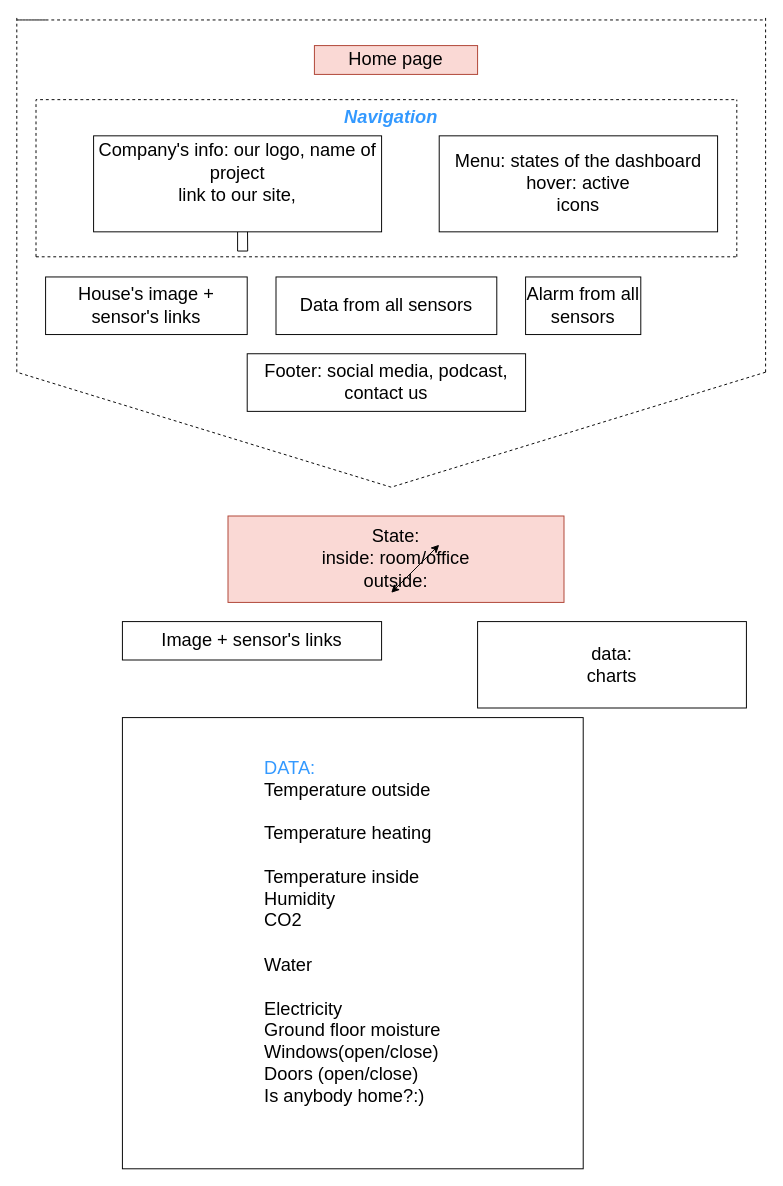
rizhenkolv/learning keeps this draw.io diagram as things diagramm.drawio. Above is the earlier version. Source tidied: cells renumbered, new cells numbered last; positions are measured from the earlier drawing's top-left corner, leaving out a move shared by most shapes. Both pictures are drawn from the tidied source at 96%, with x=0, y=0 at pixel (16, 16).
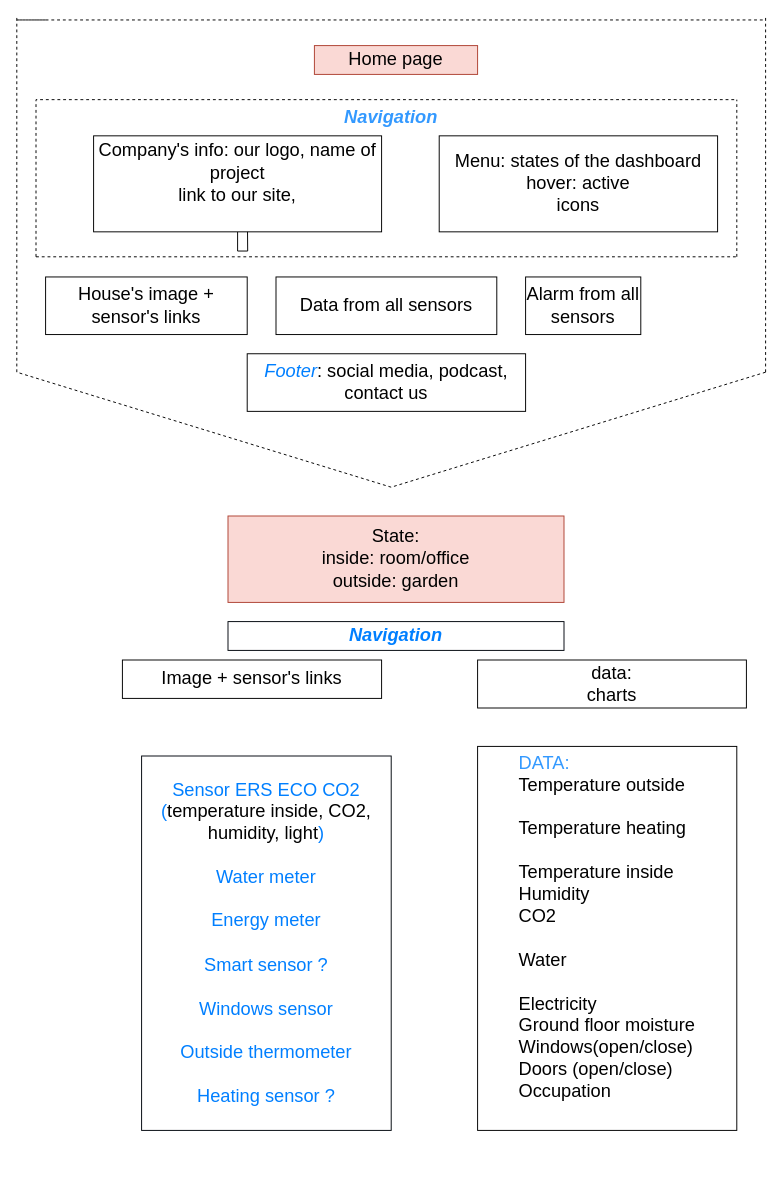
Above is the later version.

Change to the diagram source:
```diff
@@
-    <mxCell id="9" value="&lt;div&gt;State: &lt;br&gt;&lt;/div&gt;&lt;div&gt;inside: room/office&lt;/div&gt;&lt;div&gt;outside:&lt;br&gt;&lt;/div&gt;" style="text;html=1;strokeColor=#ae4132;fillColor=#fad9d5;align=center;verticalAlign=middle;whiteSpace=wrap;rounded=0;fontSize=19;" parent="1" vertex="1">
+    <mxCell id="9" value="&lt;div&gt;State: &lt;br&gt;&lt;/div&gt;&lt;div&gt;inside: room/office&lt;/div&gt;&lt;div&gt;outside: garden&lt;br&gt;&lt;/div&gt;" style="text;html=1;strokeColor=#ae4132;fillColor=#fad9d5;align=center;verticalAlign=middle;whiteSpace=wrap;rounded=0;fontSize=19;" parent="1" vertex="1">
       <mxGeometry x="220" y="520" width="350" height="90" as="geometry" />
     </mxCell>
-    <mxCell id="10" value="&lt;div&gt;Footer: social media, podcast,&lt;/div&gt;&lt;div&gt;contact us&lt;br&gt;&lt;/div&gt;" style="rounded=0;whiteSpace=wrap;html=1;fontSize=19;" parent="1" vertex="1">
+    <mxCell id="10" value="&lt;div&gt;&lt;font color=&quot;#007FFF&quot;&gt;&lt;i&gt;Footer&lt;/i&gt;&lt;/font&gt;: social media, podcast,&lt;/div&gt;&lt;div&gt;contact us&lt;br&gt;&lt;/div&gt;" style="rounded=0;whiteSpace=wrap;html=1;fontSize=19;" parent="1" vertex="1">
       <mxGeometry x="240" y="351" width="290" height="60" as="geometry" />
     </mxCell>
     <mxCell id="11" value="Image + sensor's links" style="rounded=0;whiteSpace=wrap;html=1;fontSize=19;" parent="1" vertex="1">
-      <mxGeometry x="110" y="630" width="270" height="40" as="geometry" />
+      <mxGeometry x="110" y="670" width="270" height="40" as="geometry" />
     </mxCell>
     <mxCell id="12" value="&lt;div&gt;data:&lt;/div&gt;&lt;div&gt;charts&lt;br&gt;&lt;/div&gt;" style="rounded=0;whiteSpace=wrap;html=1;fontSize=19;" parent="1" vertex="1">
-      <mxGeometry x="480" y="630" width="280" height="90" as="geometry" />
+      <mxGeometry x="480" y="670" width="280" height="50" as="geometry" />
     </mxCell>
@@
-    <mxCell id="23" value="&lt;div align=&quot;left&quot;&gt;DATA:&lt;font color=&quot;#000000&quot;&gt;&lt;br&gt;&lt;/font&gt;&lt;/div&gt;&lt;div align=&quot;left&quot;&gt;&lt;font color=&quot;#000000&quot;&gt;Temperature outside&amp;nbsp;&amp;nbsp; &lt;br&gt;&lt;/font&gt;&lt;/div&gt;&lt;div align=&quot;left&quot;&gt;&lt;div&gt;&lt;br&gt;&lt;/div&gt;&lt;div&gt;&lt;font color=&quot;#000000&quot;&gt;Temperature heating&lt;br&gt;&lt;/font&gt;&lt;/div&gt;&lt;div&gt;&lt;font color=&quot;#000000&quot;&gt;&lt;br&gt;&lt;/font&gt;&lt;/div&gt;&lt;div&gt;&lt;div&gt;&lt;font color=&quot;#000000&quot;&gt;Temperature inside&lt;/font&gt;&lt;/div&gt;&lt;/div&gt;&lt;/div&gt;&lt;div align=&quot;left&quot;&gt;&lt;font color=&quot;#000000&quot;&gt;Humidity&lt;/font&gt;&lt;br&gt;&lt;/div&gt;&lt;div align=&quot;left&quot;&gt;&lt;font color=&quot;#000000&quot;&gt;CO2&lt;/font&gt;&lt;/div&gt;&lt;div align=&quot;left&quot;&gt;&lt;font color=&quot;#000000&quot;&gt;&lt;br&gt;&lt;/font&gt;&lt;/div&gt;&lt;div align=&quot;left&quot;&gt;&lt;font color=&quot;#000000&quot;&gt;Water &lt;br&gt;&lt;/font&gt;&lt;/div&gt;&lt;div align=&quot;left&quot;&gt;&lt;font color=&quot;#000000&quot;&gt;&lt;br&gt;&lt;/font&gt;&lt;/div&gt;&lt;div align=&quot;left&quot;&gt;&lt;font color=&quot;#000000&quot;&gt;Electricity&lt;/font&gt;&lt;br&gt;&lt;/div&gt;&lt;div align=&quot;left&quot;&gt;&lt;font color=&quot;#000000&quot;&gt;Ground floor moisture&lt;/font&gt;&lt;br&gt;&lt;/div&gt;&lt;div align=&quot;left&quot;&gt;&lt;font color=&quot;#000000&quot;&gt;Windows(open/close)&lt;/font&gt;&lt;/div&gt;&lt;div align=&quot;left&quot;&gt;&lt;font color=&quot;#000000&quot;&gt;Doors (open/close)&lt;/font&gt;&lt;br&gt;&lt;/div&gt;&lt;div align=&quot;left&quot;&gt;&lt;font color=&quot;#000000&quot;&gt;Is anybody home?:)&lt;/font&gt;&lt;/div&gt;&lt;div&gt;&lt;font color=&quot;#000000&quot;&gt;&lt;br&gt;&lt;/font&gt;&lt;/div&gt;" style="rounded=0;whiteSpace=wrap;html=1;fontSize=19;fontColor=#3399FF;align=center;" parent="1" vertex="1">
-      <mxGeometry x="110" y="730" width="480" height="470" as="geometry" />
+    <mxCell id="23" value="&lt;div align=&quot;left&quot;&gt;DATA:&lt;font color=&quot;#000000&quot;&gt;&lt;br&gt;&lt;/font&gt;&lt;/div&gt;&lt;div align=&quot;left&quot;&gt;&lt;font color=&quot;#000000&quot;&gt;Temperature outside&amp;nbsp;&amp;nbsp; &lt;br&gt;&lt;/font&gt;&lt;/div&gt;&lt;div align=&quot;left&quot;&gt;&lt;div&gt;&lt;br&gt;&lt;/div&gt;&lt;div&gt;&lt;font color=&quot;#000000&quot;&gt;Temperature heating&lt;br&gt;&lt;/font&gt;&lt;/div&gt;&lt;div&gt;&lt;font color=&quot;#000000&quot;&gt;&lt;br&gt;&lt;/font&gt;&lt;/div&gt;&lt;div&gt;&lt;div&gt;&lt;font color=&quot;#000000&quot;&gt;Temperature inside&lt;/font&gt;&lt;/div&gt;&lt;/div&gt;&lt;/div&gt;&lt;div align=&quot;left&quot;&gt;&lt;font color=&quot;#000000&quot;&gt;Humidity&lt;/font&gt;&lt;br&gt;&lt;/div&gt;&lt;div align=&quot;left&quot;&gt;&lt;font color=&quot;#000000&quot;&gt;CO2&lt;/font&gt;&lt;/div&gt;&lt;div align=&quot;left&quot;&gt;&lt;font color=&quot;#000000&quot;&gt;&lt;br&gt;&lt;/font&gt;&lt;/div&gt;&lt;div align=&quot;left&quot;&gt;&lt;font color=&quot;#000000&quot;&gt;Water &lt;br&gt;&lt;/font&gt;&lt;/div&gt;&lt;div align=&quot;left&quot;&gt;&lt;font color=&quot;#000000&quot;&gt;&lt;br&gt;&lt;/font&gt;&lt;/div&gt;&lt;div align=&quot;left&quot;&gt;&lt;font color=&quot;#000000&quot;&gt;Electricity&lt;/font&gt;&lt;br&gt;&lt;/div&gt;&lt;div align=&quot;left&quot;&gt;&lt;font color=&quot;#000000&quot;&gt;Ground floor moisture&lt;/font&gt;&lt;br&gt;&lt;/div&gt;&lt;div align=&quot;left&quot;&gt;&lt;font color=&quot;#000000&quot;&gt;Windows(open/close)&lt;/font&gt;&lt;/div&gt;&lt;div align=&quot;left&quot;&gt;&lt;font color=&quot;#000000&quot;&gt;Doors (open/close)&lt;/font&gt;&lt;br&gt;&lt;/div&gt;&lt;div align=&quot;left&quot;&gt;&lt;font color=&quot;#000000&quot;&gt;Occupation&lt;/font&gt;&lt;/div&gt;&lt;div&gt;&lt;font color=&quot;#000000&quot;&gt;&lt;br&gt;&lt;/font&gt;&lt;/div&gt;" style="rounded=0;whiteSpace=wrap;html=1;fontSize=19;fontColor=#3399FF;align=center;" parent="1" vertex="1">
+      <mxGeometry x="480" y="760" width="270" height="400" as="geometry" />
     </mxCell>
-    <mxCell id="24" style="endArrow=classic;startArrow=classic;html=1;rounded=0;fontSize=19;fontColor=#000000;" parent="1" edge="1">
-      <mxGeometry relative="1" as="geometry">
-        <mxPoint x="390" y="600" as="sourcePoint" />
-        <mxPoint x="440" y="550" as="targetPoint" />
-      </mxGeometry>
-    </mxCell>
+    <mxCell id="25" value="Navigation" style="rounded=0;whiteSpace=wrap;html=1;fontSize=19;strokeColor=#00060D;fontColor=#007FFF;fontStyle=3;" parent="1" vertex="1">
+      <mxGeometry x="220" y="630" width="350" height="30" as="geometry" />
+    </mxCell>
+    <mxCell id="26" style="edgeStyle=orthogonalEdgeStyle;rounded=0;orthogonalLoop=1;jettySize=auto;html=1;exitX=0.5;exitY=1;exitDx=0;exitDy=0;fontSize=19;fontColor=#007FFF;" parent="1" edge="1" source="23" target="23">
+      <mxGeometry relative="1" as="geometry" />
+    </mxCell>
+    <mxCell id="27" value="&lt;div&gt;Sensor ERS ECO CO2 (&lt;font color=&quot;#000000&quot;&gt;temperature inside, CO2, humidity, light&lt;/font&gt;)&lt;/div&gt;&lt;div&gt;&lt;br&gt;&lt;/div&gt;&lt;div&gt;Water meter&lt;/div&gt;&lt;div&gt;&lt;br&gt;&lt;/div&gt;&lt;div&gt;Energy meter&lt;/div&gt;&lt;div&gt;&lt;br&gt;&lt;/div&gt;&lt;div&gt;Smart sensor ?&lt;/div&gt;&lt;div&gt;&lt;br&gt;&lt;/div&gt;&lt;div&gt;Windows sensor&lt;/div&gt;&lt;div&gt;&lt;br&gt;&lt;/div&gt;&lt;div&gt;Outside thermometer&lt;/div&gt;&lt;div&gt;&lt;br&gt;&lt;/div&gt;&lt;div&gt;Heating sensor ?&lt;br&gt;&lt;/div&gt;" style="rounded=0;whiteSpace=wrap;html=1;strokeColor=#00060D;fontSize=19;fontColor=#007FFF;" parent="1" vertex="1">
+      <mxGeometry x="130" y="770" width="260" height="390" as="geometry" />
+    </mxCell>
```
